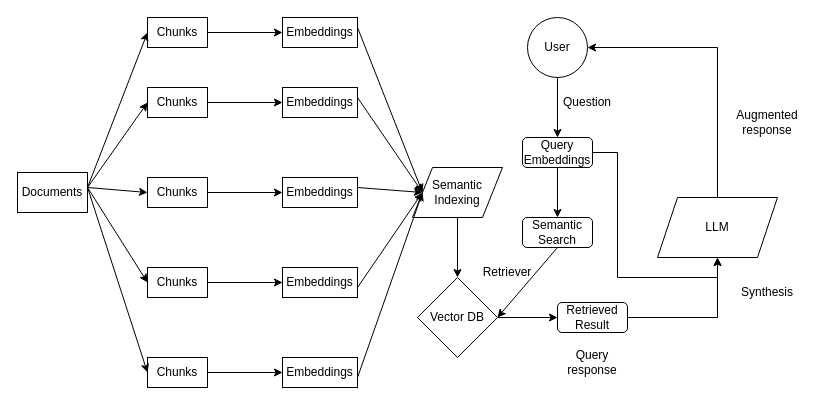
saisubhasish/imdb_rag keeps this draw.io diagram as flow diagram/Untitled Diagram.drawio. Above is the earlier version. Source tidied: cells renumbered, new cells numbered last; positions are measured from the earlier drawing's top-left corner, leaving out a move shared by most shapes. Both pictures are drawn from the tidied source at 100%, with x=0, y=0 at pixel (17, 17).
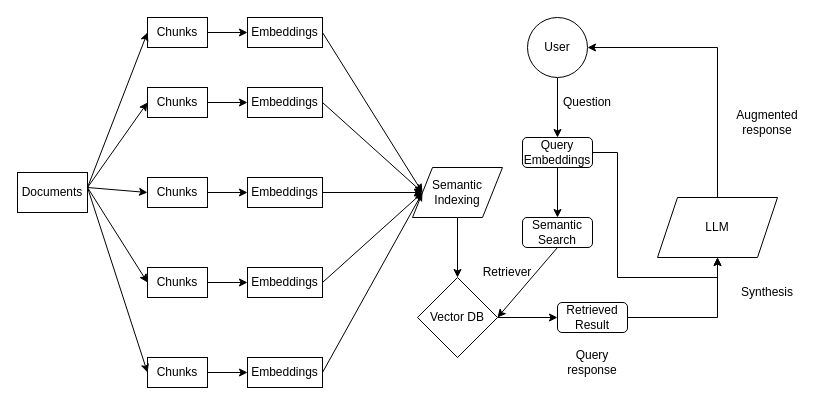
The same page after the edit.

The change refers to these unchanged cells:
```xml
<mxCell id="29" value="Semantic Indexing" style="shape=parallelogram;perimeter=parallelogramPerimeter;whiteSpace=wrap;html=1;fixedSize=1;" parent="1" vertex="1">
  <mxGeometry x="395" y="150" width="90" height="50" as="geometry" />
</mxCell>
```

Diff of the diagram source:
```diff
@@
     <mxCell id="5" value="Embeddings" style="rounded=0;whiteSpace=wrap;html=1;" parent="1" vertex="1">
-      <mxGeometry x="265" width="75" height="30" as="geometry" />
+      <mxGeometry x="230" width="75" height="30" as="geometry" />
     </mxCell>
@@
     <mxCell id="24" value="Embeddings" style="rounded=0;whiteSpace=wrap;html=1;" parent="1" vertex="1">
-      <mxGeometry x="265" y="340" width="75" height="30" as="geometry" />
+      <mxGeometry x="230" y="340" width="75" height="30" as="geometry" />
     </mxCell>
     <mxCell id="25" value="Embeddings" style="rounded=0;whiteSpace=wrap;html=1;" parent="1" vertex="1">
-      <mxGeometry x="265" y="250" width="75" height="30" as="geometry" />
+      <mxGeometry x="230" y="250" width="75" height="30" as="geometry" />
     </mxCell>
     <mxCell id="26" value="Embeddings" style="rounded=0;whiteSpace=wrap;html=1;" parent="1" vertex="1">
-      <mxGeometry x="265" y="160" width="75" height="30" as="geometry" />
+      <mxGeometry x="230" y="160" width="75" height="30" as="geometry" />
     </mxCell>
     <mxCell id="27" value="Embeddings" style="rounded=0;whiteSpace=wrap;html=1;" parent="1" vertex="1">
-      <mxGeometry x="265" y="70" width="75" height="30" as="geometry" />
+      <mxGeometry x="230" y="70" width="75" height="30" as="geometry" />
     </mxCell>
@@
-    <mxCell id="35" style="endArrow=classic;html=1;rounded=0;entryX=0;entryY=0.5;entryDx=0;entryDy=0;" parent="1" edge="1" target="29">
-      <mxGeometry relative="1" as="geometry">
-        <mxPoint x="340" y="10" as="sourcePoint" />
-      </mxGeometry>
+    <mxCell id="35" style="endArrow=classic;html=1;rounded=0;entryX=0;entryY=0.5;entryDx=0;entryDy=0;exitX=1;exitY=0.5;exitDx=0;exitDy=0;" parent="1" edge="1" source="5" target="29">
+      <mxGeometry relative="1" as="geometry" />
     </mxCell>
-    <mxCell id="36" style="endArrow=classic;html=1;rounded=0;entryX=0;entryY=0.5;entryDx=0;entryDy=0;" parent="1" edge="1" target="29">
-      <mxGeometry relative="1" as="geometry">
-        <mxPoint x="340" y="360" as="sourcePoint" />
-      </mxGeometry>
+    <mxCell id="36" style="endArrow=classic;html=1;rounded=0;entryX=0;entryY=0.5;entryDx=0;entryDy=0;exitX=1;exitY=0.5;exitDx=0;exitDy=0;" parent="1" edge="1" source="24" target="29">
+      <mxGeometry relative="1" as="geometry" />
     </mxCell>
-    <mxCell id="37" style="endArrow=classic;html=1;rounded=0;entryX=0;entryY=0.5;entryDx=0;entryDy=0;" parent="1" edge="1" target="29">
-      <mxGeometry relative="1" as="geometry">
-        <mxPoint x="340" y="80" as="sourcePoint" />
-      </mxGeometry>
+    <mxCell id="37" style="endArrow=classic;html=1;rounded=0;entryX=0;entryY=0.5;entryDx=0;entryDy=0;exitX=1;exitY=0.5;exitDx=0;exitDy=0;" parent="1" edge="1" source="27" target="29">
+      <mxGeometry relative="1" as="geometry" />
     </mxCell>
-    <mxCell id="38" style="endArrow=classic;html=1;rounded=0;entryX=0;entryY=0.5;entryDx=0;entryDy=0;" parent="1" edge="1" target="29">
-      <mxGeometry relative="1" as="geometry">
-        <mxPoint x="340" y="270" as="sourcePoint" />
-      </mxGeometry>
+    <mxCell id="38" style="endArrow=classic;html=1;rounded=0;entryX=0;entryY=0.5;entryDx=0;entryDy=0;exitX=1;exitY=0.5;exitDx=0;exitDy=0;" parent="1" edge="1" source="25" target="29">
+      <mxGeometry relative="1" as="geometry" />
     </mxCell>
-    <mxCell id="39" style="endArrow=classic;html=1;rounded=0;entryX=0;entryY=0.5;entryDx=0;entryDy=0;" parent="1" edge="1" target="29">
-      <mxGeometry relative="1" as="geometry">
-        <mxPoint x="340" y="170" as="sourcePoint" />
-      </mxGeometry>
+    <mxCell id="39" style="endArrow=classic;html=1;rounded=0;entryX=0;entryY=0.5;entryDx=0;entryDy=0;exitX=1;exitY=0.5;exitDx=0;exitDy=0;" parent="1" edge="1" source="26" target="29">
+      <mxGeometry relative="1" as="geometry" />
     </mxCell>
```
